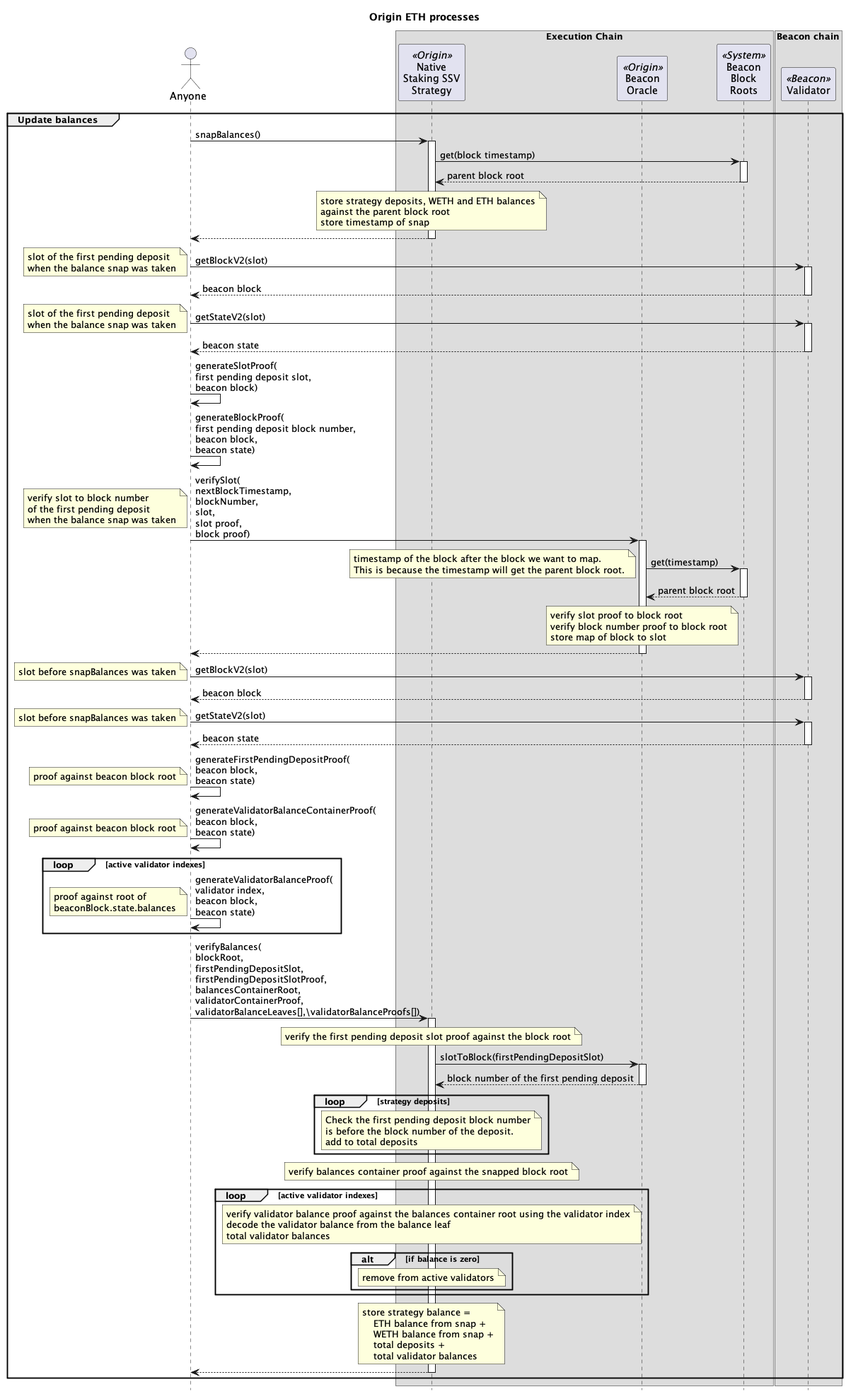
Before: contracts/docs/plantuml/oethProcesses-verify-balances.png, a diagram exported from PlantUML (OriginProtocol/origin-dollar). The source it was exported from:
```plantuml
@startuml

skinparam tabSize 2
hide footbox

title "Origin ETH processes"

actor "Anyone" as sender

box "Execution Chain"
participant "Native\nStaking SSV\nStrategy" as nativeStrat <<Origin>>
participant "Beacon\nOracle" as bo <<Origin>>
participant "Beacon\nBlock\nRoots" as roots <<System>>
end box

box "Beacon chain"
participant "Validator" as val <<Beacon>>
end box



















































group Update balances

sender -> nativeStrat : snapBalances()
activate nativeStrat
nativeStrat -> roots : get(block timestamp)
activate roots
return parent block root
note over nativeStrat
store strategy deposits, WETH and ETH balances
against the parent block root
store timestamp of snap
end note
return


sender -> val : getBlockV2(slot)
note left : slot of the first pending deposit\nwhen the balance snap was taken
activate val
return beacon block

sender -> val : getStateV2(slot)
note left : slot of the first pending deposit\nwhen the balance snap was taken
activate val
return beacon state

sender -> sender : generateSlotProof(\nfirst pending deposit slot,\nbeacon block)
sender -> sender : generateBlockProof(\nfirst pending deposit block number,\nbeacon block,\nbeacon state)

sender -> bo : verifySlot(\nnextBlockTimestamp,\nblockNumber,\nslot,\nslot proof,\nblock proof)
note left : verify slot to block number\nof the first pending deposit\nwhen the balance snap was taken
activate bo
bo -> roots : get(timestamp)
note left
timestamp of the block after the block we want to map.
This is because the timestamp will get the parent block root.
end note
activate roots
return parent block root
note over bo
verify slot proof to block root
verify block number proof to block root
store map of block to slot
end note
return

sender -> val : getBlockV2(slot)
note left : slot before snapBalances was taken
activate val
return beacon block

sender -> val : getStateV2(slot)
note left : slot before snapBalances was taken
activate val
return beacon state

sender -> sender : generateFirstPendingDepositProof(\nbeacon block,\nbeacon state)
note left : proof against beacon block root
sender -> sender : generateValidatorBalanceContainerProof(\nbeacon block,\nbeacon state)
note left : proof against beacon block root
loop active validator indexes
sender -> sender : generateValidatorBalanceProof(\nvalidator index,\nbeacon block,\nbeacon state)
note left: proof against root of\nbeaconBlock.state.balances
end

sender -> nativeStrat : verifyBalances(\nblockRoot,\nfirstPendingDepositSlot,\nfirstPendingDepositSlotProof,\nbalancesContainerRoot,\nvalidatorContainerProof,\nvalidatorBalanceLeaves[],\validatorBalanceProofs[])
activate nativeStrat

note over nativeStrat
    verify the first pending deposit slot proof against the block root
end note

nativeStrat -> bo : slotToBlock(firstPendingDepositSlot)
activate bo
return block number of the first pending deposit

loop strategy deposits
note over nativeStrat
Check the first pending deposit block number
is before the block number of the deposit.
add to total deposits
end note
end

note over nativeStrat
    verify balances container proof against the snapped block root
end note

loop active validator indexes
    note over nativeStrat
        verify validator balance proof against the balances container root using the validator index
        decode the validator balance from the balance leaf
        total validator balances
    end note
    alt if balance is zero
        note over nativeStrat
            remove from active validators
        end note
    end
end
note over nativeStrat
    store strategy balance =
        ETH balance from snap +
        WETH balance from snap +
        total deposits +
        total validator balances
end note

return

end group

























































@enduml
```
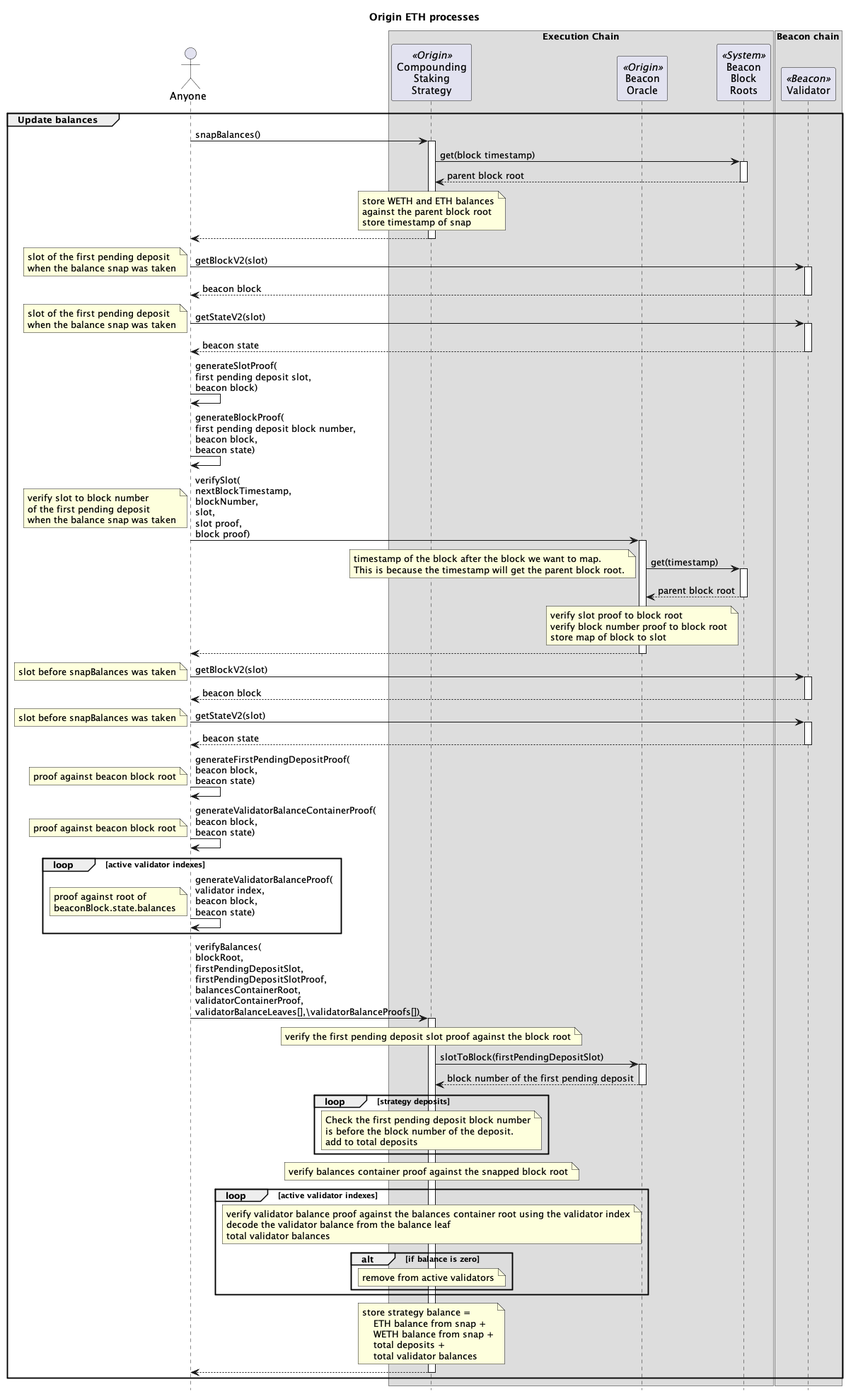
After the change.

The edit, as a diff of the source:
```diff
@@ -8,7 +8,7 @@
 actor "Anyone" as sender
 
 box "Execution Chain"
-participant "Native\nStaking SSV\nStrategy" as nativeStrat <<Origin>>
+participant "Compounding\nStaking\nStrategy" as compStrat <<Origin>>
 participant "Beacon\nOracle" as bo <<Origin>>
 participant "Beacon\nBlock\nRoots" as roots <<System>>
 end box
@@ -67,20 +67,37 @@
 
 
 
+
+
+
+
+
+
+
+
+
+
+
+
+
+
+
+
+
+
 group Update balances
 
-sender -> nativeStrat : snapBalances()
-activate nativeStrat
-nativeStrat -> roots : get(block timestamp)
+sender -> compStrat : snapBalances()
+activate compStrat
+compStrat -> roots : get(block timestamp)
 activate roots
 return parent block root
-note over nativeStrat
-store strategy deposits, WETH and ETH balances
+note over compStrat
+store WETH and ETH balances
 against the parent block root
 store timestamp of snap
 end note
 return
-
 
 sender -> val : getBlockV2(slot)
 note left : slot of the first pending deposit\nwhen the balance snap was taken
@@ -131,42 +148,42 @@
 note left: proof against root of\nbeaconBlock.state.balances
 end
 
-sender -> nativeStrat : verifyBalances(\nblockRoot,\nfirstPendingDepositSlot,\nfirstPendingDepositSlotProof,\nbalancesContainerRoot,\nvalidatorContainerProof,\nvalidatorBalanceLeaves[],\validatorBalanceProofs[])
-activate nativeStrat
+sender -> compStrat : verifyBalances(\nblockRoot,\nfirstPendingDepositSlot,\nfirstPendingDepositSlotProof,\nbalancesContainerRoot,\nvalidatorContainerProof,\nvalidatorBalanceLeaves[],\validatorBalanceProofs[])
+activate compStrat
 
-note over nativeStrat
+note over compStrat
     verify the first pending deposit slot proof against the block root
 end note
 
-nativeStrat -> bo : slotToBlock(firstPendingDepositSlot)
+compStrat -> bo : slotToBlock(firstPendingDepositSlot)
 activate bo
 return block number of the first pending deposit
 
 loop strategy deposits
-note over nativeStrat
+note over compStrat
 Check the first pending deposit block number
 is before the block number of the deposit.
 add to total deposits
 end note
 end
 
-note over nativeStrat
+note over compStrat
     verify balances container proof against the snapped block root
 end note
 
 loop active validator indexes
-    note over nativeStrat
+    note over compStrat
         verify validator balance proof against the balances container root using the validator index
         decode the validator balance from the balance leaf
         total validator balances
     end note
     alt if balance is zero
-        note over nativeStrat
+        note over compStrat
             remove from active validators
         end note
     end
 end
-note over nativeStrat
+note over compStrat
     store strategy balance =
         ETH balance from snap +
         WETH balance from snap +
```
